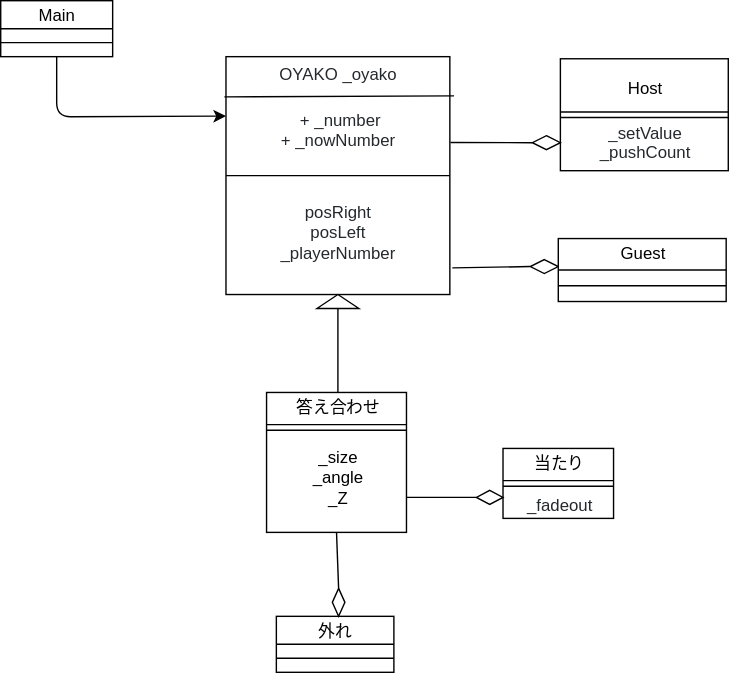
Earlier version of the draw.io export メインクラス図.drawio のコピー.svg (netWork2019WinterMan/netWork2019WinterMan). Source tidied: cells renumbered, new cells last; positions are measured from the earlier drawing's top-left corner, leaving out a move shared by most shapes.
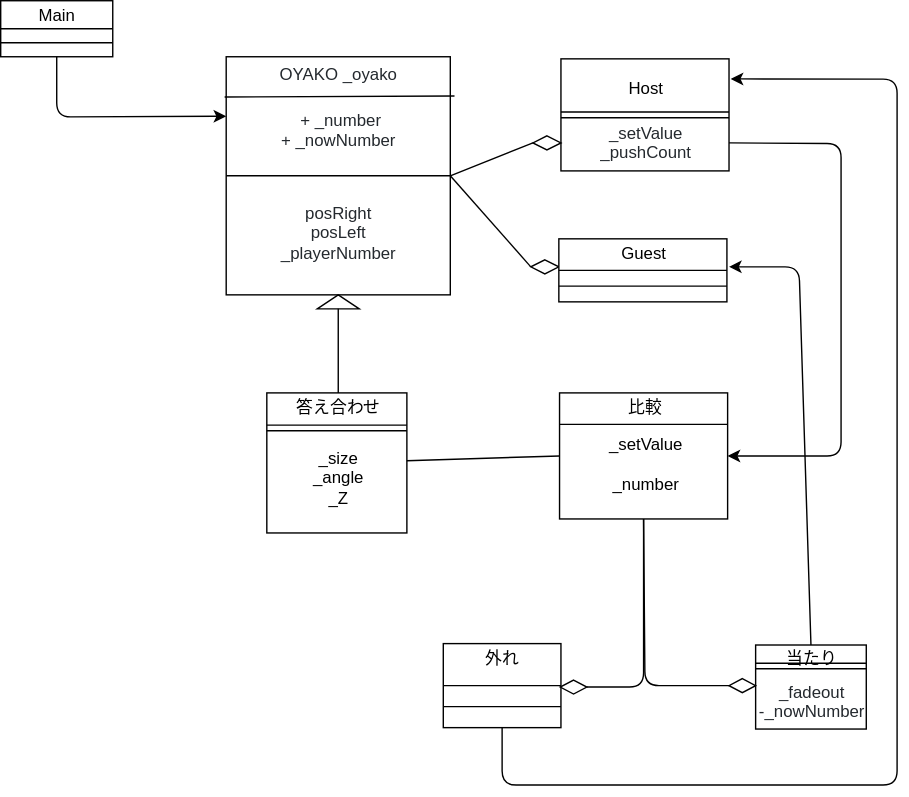
The same diagram one commit later.

Commit message:
Update メインクラス図.drawio のコピー.svg

What changed in the source:
```diff
@@ -13,7 +13,7 @@
         <mxPoint x="324" y="68" as="targetPoint" />
       </mxGeometry>
     </mxCell>
-    <mxCell id="5" value="&lt;span style=&quot;color: rgb(36 , 41 , 46) ; font-family: , &amp;#34;consolas&amp;#34; , &amp;#34;liberation mono&amp;#34; , &amp;#34;menlo&amp;#34; , monospace ; white-space: pre ; background-color: rgb(255 , 255 , 255)&quot;&gt;posRight&lt;br&gt;posLeft&lt;br/&gt;&lt;/span&gt;&lt;span style=&quot;color: rgb(36 , 41 , 46) ; white-space: pre ; background-color: rgb(255 , 255 , 255)&quot;&gt;_playerNumber&lt;/span&gt;&lt;span style=&quot;color: rgb(36 , 41 , 46) ; font-family: , &amp;#34;consolas&amp;#34; , &amp;#34;liberation mono&amp;#34; , &amp;#34;menlo&amp;#34; , monospace ; white-space: pre ; background-color: rgb(255 , 255 , 255)&quot;&gt;&lt;br&gt;&lt;/span&gt;" style="text;html=1;strokeColor=none;fillColor=none;align=center;verticalAlign=middle;whiteSpace=wrap;rounded=0;" parent="1" vertex="1">
+    <mxCell id="5" value="&lt;span style=&quot;color: rgb(36 , 41 , 46) ; font-family: , &amp;#34;consolas&amp;#34; , &amp;#34;liberation mono&amp;#34; , &amp;#34;menlo&amp;#34; , monospace ; white-space: pre ; background-color: rgb(255 , 255 , 255)&quot;&gt;posRight&lt;br&gt;posLeft&lt;br&gt;&lt;/span&gt;&lt;span style=&quot;color: rgb(36 , 41 , 46) ; font-family: , &amp;#34;consolas&amp;#34; , &amp;#34;liberation mono&amp;#34; , &amp;#34;menlo&amp;#34; , monospace ; white-space: pre ; background-color: rgb(255 , 255 , 255)&quot;&gt;_playerNumber&lt;br&gt;&lt;/span&gt;" style="text;html=1;strokeColor=none;fillColor=none;align=center;verticalAlign=middle;whiteSpace=wrap;rounded=0;" parent="1" vertex="1">
       <mxGeometry x="176" y="125" width="130" height="80" as="geometry" />
     </mxCell>
     <mxCell id="6" style="endArrow=none;html=1;entryX=1;entryY=0.5;entryDx=0;entryDy=0;exitX=0;exitY=0.5;exitDx=0;exitDy=0;" parent="1" edge="1" source="2" target="2">
@@ -31,13 +31,13 @@
     <mxCell id="10" style="rhombus;whiteSpace=wrap;html=1;" parent="1" vertex="1">
       <mxGeometry x="380" y="96.5" width="20" height="10" as="geometry" />
     </mxCell>
-    <mxCell id="11" style="endArrow=none;html=1;entryX=0;entryY=0.5;entryDx=0;entryDy=0;exitX=1.003;exitY=0.361;exitDx=0;exitDy=0;exitPerimeter=0;" parent="1" edge="1" source="2" target="10">
+    <mxCell id="11" style="endArrow=none;html=1;entryX=0;entryY=0.5;entryDx=0;entryDy=0;exitX=1;exitY=0.5;exitDx=0;exitDy=0;" parent="1" edge="1" source="2" target="10">
       <mxGeometry relative="1" as="geometry" />
     </mxCell>
     <mxCell id="12" style="rhombus;whiteSpace=wrap;html=1;" parent="1" vertex="1">
       <mxGeometry x="378.5" y="185" width="20" height="10" as="geometry" />
     </mxCell>
-    <mxCell id="13" style="endArrow=none;html=1;entryX=0;entryY=0.5;entryDx=0;entryDy=0;exitX=1.011;exitY=0.888;exitDx=0;exitDy=0;exitPerimeter=0;" parent="1" edge="1" source="2" target="12">
+    <mxCell id="13" style="endArrow=none;html=1;entryX=0;entryY=0.5;entryDx=0;entryDy=0;exitX=1;exitY=0.5;exitDx=0;exitDy=0;" parent="1" edge="1" source="2" target="12">
       <mxGeometry relative="1" as="geometry" />
     </mxCell>
     <mxCell id="14" style="rounded=0;whiteSpace=wrap;html=1;" parent="1" vertex="1">
@@ -81,7 +81,7 @@
       <mxGeometry x="190" y="280" width="100" height="100" as="geometry" />
     </mxCell>
     <mxCell id="26" value="_size&lt;br&gt;_angle&lt;br&gt;_Z" style="text;html=1;strokeColor=none;fillColor=none;align=center;verticalAlign=middle;whiteSpace=wrap;rounded=0;" parent="1" vertex="1">
-      <mxGeometry x="175.5" y="310" width="130" height="60" as="geometry" />
+      <mxGeometry x="208.5" y="310" width="65" height="60" as="geometry" />
     </mxCell>
     <mxCell id="27" value="答え合わせ" style="text;html=1;strokeColor=none;fillColor=none;align=center;verticalAlign=middle;whiteSpace=wrap;rounded=0;" parent="1" vertex="1">
       <mxGeometry x="198" y="280" width="86" height="20" as="geometry" />
@@ -96,40 +96,93 @@
       <mxGeometry relative="1" as="geometry" />
     </mxCell>
     <mxCell id="31" style="rounded=0;whiteSpace=wrap;html=1;" parent="1" vertex="1">
-      <mxGeometry x="359" y="320" width="79" height="50" as="geometry" />
+      <mxGeometry x="539" y="460" width="79" height="60" as="geometry" />
     </mxCell>
     <mxCell id="32" value="当たり" style="text;html=1;strokeColor=none;fillColor=none;align=center;verticalAlign=middle;whiteSpace=wrap;rounded=0;" parent="1" vertex="1">
-      <mxGeometry x="378.5" y="320" width="40" height="20" as="geometry" />
+      <mxGeometry x="558.5" y="459" width="40" height="20" as="geometry" />
     </mxCell>
-    <mxCell id="33" style="shape=link;html=1;entryX=1;entryY=0.5;entryDx=0;entryDy=0;exitX=0;exitY=0.5;exitDx=0;exitDy=0;" parent="1" edge="1" source="31" target="31">
+    <mxCell id="33" style="shape=link;html=1;entryX=1;entryY=0.25;entryDx=0;entryDy=0;exitX=0;exitY=0.25;exitDx=0;exitDy=0;" parent="1" edge="1" source="31" target="31">
       <mxGeometry relative="1" as="geometry" />
     </mxCell>
-    <mxCell id="34" value="&lt;span style=&quot;color: rgb(36 , 41 , 46) ; font-family: , &amp;#34;consolas&amp;#34; , &amp;#34;liberation mono&amp;#34; , &amp;#34;menlo&amp;#34; , monospace ; white-space: pre ; background-color: rgb(255 , 255 , 255)&quot;&gt;_fadeout&lt;/span&gt;" style="text;html=1;strokeColor=none;fillColor=none;align=center;verticalAlign=middle;whiteSpace=wrap;rounded=0;" parent="1" vertex="1">
-      <mxGeometry x="359" y="350" width="79" height="20" as="geometry" />
+    <mxCell id="34" value="&lt;span style=&quot;color: rgb(36 , 41 , 46) ; font-family: , &amp;#34;consolas&amp;#34; , &amp;#34;liberation mono&amp;#34; , &amp;#34;menlo&amp;#34; , monospace ; white-space: pre ; background-color: rgb(255 , 255 , 255)&quot;&gt;_fadeout&lt;br/&gt;-_nowNumber&lt;br/&gt;&lt;/span&gt;" style="text;html=1;strokeColor=none;fillColor=none;align=center;verticalAlign=middle;whiteSpace=wrap;rounded=0;" parent="1" vertex="1">
+      <mxGeometry x="539" y="480" width="79" height="40" as="geometry" />
     </mxCell>
     <mxCell id="35" style="rhombus;whiteSpace=wrap;html=1;" parent="1" vertex="1">
-      <mxGeometry x="340" y="350" width="19" height="10" as="geometry" />
+      <mxGeometry x="520" y="484" width="19" height="10" as="geometry" />
     </mxCell>
-    <mxCell id="36" style="endArrow=none;html=1;exitX=1;exitY=0.75;exitDx=0;exitDy=0;entryX=0;entryY=0.5;entryDx=0;entryDy=0;" parent="1" edge="1" source="25" target="35">
-      <mxGeometry relative="1" as="geometry" />
+    <mxCell id="36" style="endArrow=none;html=1;exitX=0.5;exitY=1;exitDx=0;exitDy=0;entryX=0;entryY=0.5;entryDx=0;entryDy=0;" parent="1" edge="1" source="43" target="35">
+      <mxGeometry relative="1" as="geometry">
+        <Array as="points">
+          <mxPoint x="460" y="489" />
+        </Array>
+      </mxGeometry>
     </mxCell>
     <mxCell id="37" style="rounded=0;whiteSpace=wrap;html=1;" parent="1" vertex="1">
-      <mxGeometry x="197" y="440" width="84" height="40" as="geometry" />
+      <mxGeometry x="316" y="459" width="84" height="60" as="geometry" />
     </mxCell>
     <mxCell id="38" value="外れ" style="text;html=1;strokeColor=none;fillColor=none;align=center;verticalAlign=middle;whiteSpace=wrap;rounded=0;" parent="1" vertex="1">
-      <mxGeometry x="219" y="440" width="40" height="20" as="geometry" />
+      <mxGeometry x="337.5" y="459" width="40" height="20" as="geometry" />
     </mxCell>
-    <mxCell id="39" style="rhombus;whiteSpace=wrap;html=1;" parent="1" vertex="1">
-      <mxGeometry x="237" y="420" width="9" height="20" as="geometry" />
-    </mxCell>
-    <mxCell id="40" style="endArrow=none;html=1;exitX=0.5;exitY=0;exitDx=0;exitDy=0;entryX=0.5;entryY=1;entryDx=0;entryDy=0;" parent="1" edge="1" source="39" target="25">
-      <mxGeometry relative="1" as="geometry" />
+    <mxCell id="40" style="endArrow=none;html=1;exitX=1;exitY=0.5;exitDx=0;exitDy=0;" parent="1" edge="1" source="49">
+      <mxGeometry relative="1" as="geometry">
+        <mxPoint x="459" y="370" as="targetPoint" />
+        <Array as="points">
+          <mxPoint x="459" y="490" />
+        </Array>
+      </mxGeometry>
     </mxCell>
     <mxCell id="41" style="endArrow=none;html=1;entryX=1;entryY=0.75;entryDx=0;entryDy=0;exitX=0;exitY=0.75;exitDx=0;exitDy=0;" parent="1" edge="1" source="37" target="37">
-      <mxGeometry relative="1" as="geometry" />
+      <mxGeometry relative="1" as="geometry">
+        <Array as="points">
+          <mxPoint x="358" y="504" />
+        </Array>
+      </mxGeometry>
     </mxCell>
     <mxCell id="42" style="endArrow=none;html=1;entryX=1;entryY=0.5;entryDx=0;entryDy=0;exitX=0;exitY=0.5;exitDx=0;exitDy=0;" parent="1" edge="1" source="37" target="37">
       <mxGeometry relative="1" as="geometry" />
     </mxCell>
+    <mxCell id="43" style="rounded=0;whiteSpace=wrap;html=1;" parent="1" vertex="1">
+      <mxGeometry x="399" y="280" width="120" height="90" as="geometry" />
+    </mxCell>
+    <mxCell id="44" style="endArrow=none;html=1;entryX=1;entryY=0.25;entryDx=0;entryDy=0;exitX=0;exitY=0.25;exitDx=0;exitDy=0;" parent="1" edge="1" source="43" target="43">
+      <mxGeometry relative="1" as="geometry" />
+    </mxCell>
+    <mxCell id="45" value="_setValue&lt;br&gt;&lt;br&gt;_number" style="text;html=1;strokeColor=none;fillColor=none;align=center;verticalAlign=middle;whiteSpace=wrap;rounded=0;" parent="1" vertex="1">
+      <mxGeometry x="420" y="305" width="80" height="50" as="geometry" />
+    </mxCell>
+    <mxCell id="46" style="endArrow=classic;html=1;entryX=1;entryY=0.5;entryDx=0;entryDy=0;exitX=1;exitY=0.75;exitDx=0;exitDy=0;" parent="1" edge="1" source="7" target="43">
+      <mxGeometry relative="1" as="geometry">
+        <Array as="points">
+          <mxPoint x="600" y="102" />
+          <mxPoint x="600" y="325" />
+        </Array>
+      </mxGeometry>
+    </mxCell>
+    <mxCell id="47" style="endArrow=none;html=1;entryX=0;entryY=0.5;entryDx=0;entryDy=0;" parent="1" edge="1" source="25" target="43">
+      <mxGeometry relative="1" as="geometry" />
+    </mxCell>
+    <mxCell id="48" value="比較" style="text;html=1;strokeColor=none;fillColor=none;align=center;verticalAlign=middle;whiteSpace=wrap;rounded=0;" parent="1" vertex="1">
+      <mxGeometry x="440" y="280" width="40" height="20" as="geometry" />
+    </mxCell>
+    <mxCell id="49" style="rhombus;whiteSpace=wrap;html=1;" parent="1" vertex="1">
+      <mxGeometry x="399.5" y="485" width="19" height="10" as="geometry" />
+    </mxCell>
+    <mxCell id="50" style="endArrow=classic;html=1;entryX=1.01;entryY=0.179;entryDx=0;entryDy=0;entryPerimeter=0;exitX=0.5;exitY=1;exitDx=0;exitDy=0;" parent="1" edge="1" source="37" target="7">
+      <mxGeometry relative="1" as="geometry">
+        <Array as="points">
+          <mxPoint x="358" y="560" />
+          <mxPoint x="640" y="560" />
+          <mxPoint x="640" y="56" />
+        </Array>
+      </mxGeometry>
+    </mxCell>
+    <mxCell id="51" style="endArrow=classic;html=1;exitX=0.5;exitY=0;exitDx=0;exitDy=0;" parent="1" edge="1" source="31">
+      <mxGeometry relative="1" as="geometry">
+        <mxPoint x="520" y="190" as="targetPoint" />
+        <Array as="points">
+          <mxPoint x="570" y="190" />
+        </Array>
+      </mxGeometry>
+    </mxCell>
   </root>
 </mxGraphModel>
```
